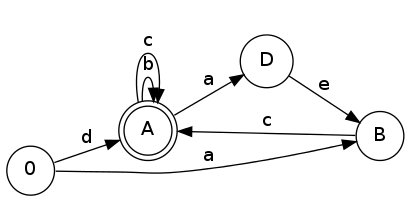
The Graphviz diagram out.png in kingpijamas/tla-tp1, before a commit. Its source is kept beside it as out.dot.
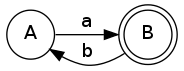
After the commit.

Diff of the diagram source:
```diff
@@ -1,18 +1,11 @@
 digraph {
 rankdir = "LR";	 //De izquierda a derecha
 
-node	[shape=circle] Node0 [label="0"];
-node	[shape=doublecircle] NodeA [label="A"];
-node	[shape=circle] NodeB [label="B"];
-node	[shape=circle] NodeD [label="D"];
+node	[shape=circle] NodeA [label="A"];
+node	[shape=doublecircle] NodeB [label="B"];
 
 
-Node0 -> NodeA [label="d"];
-Node0 -> NodeB [label="a"];
-NodeA -> NodeA [label="b"];
-NodeA -> NodeA [label="c"];
-NodeA -> NodeD [label="a"];
-NodeB -> NodeA [label="c"];
-NodeD -> NodeB [label="e"];
+NodeA -> NodeB [label="a"];
+NodeB -> NodeA [label="b"];
 
 }
```
